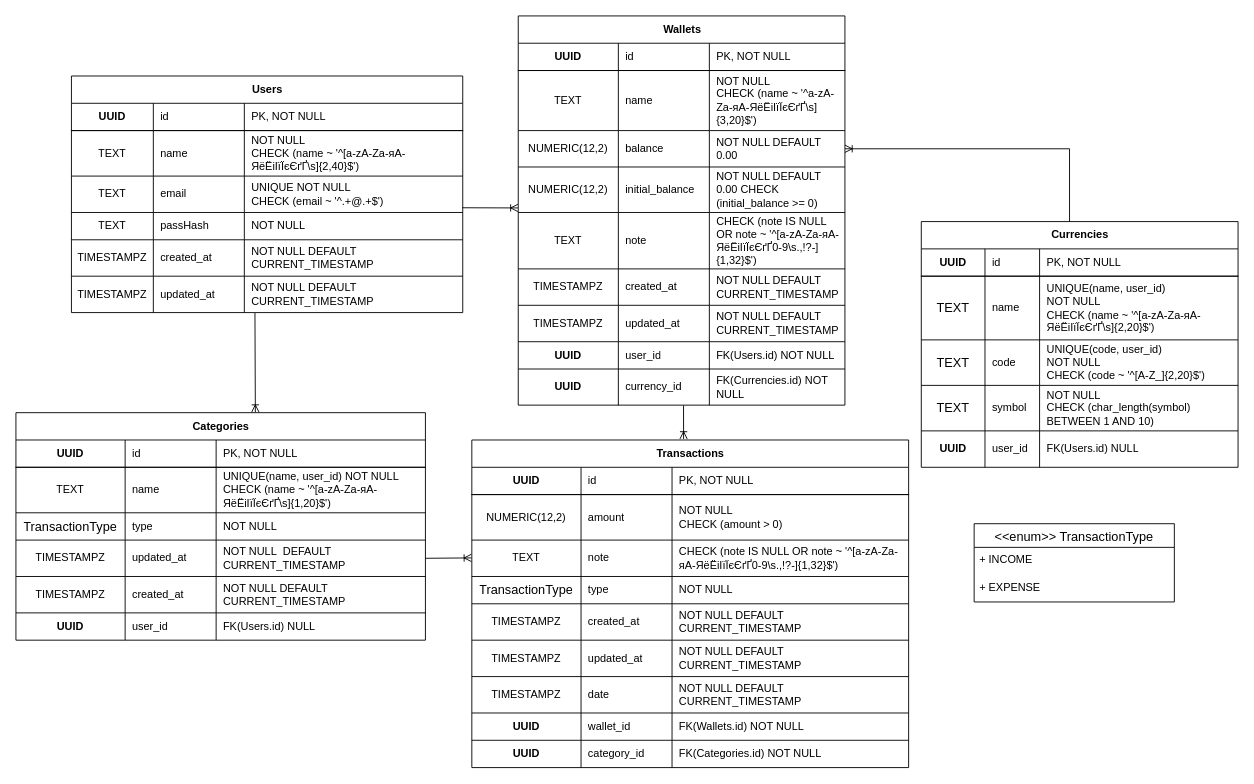
The draw.io diagram docs/ER diagram DB.drawio in sopkodioni/financecheck, before the edit. Source tidied: cells renumbered, new cells numbered last; positions are measured from the earlier drawing's top-left corner, leaving out a move shared by most shapes. Both pictures are drawn from the tidied source at 91%, with x=0, y=0 at pixel (15, 15).
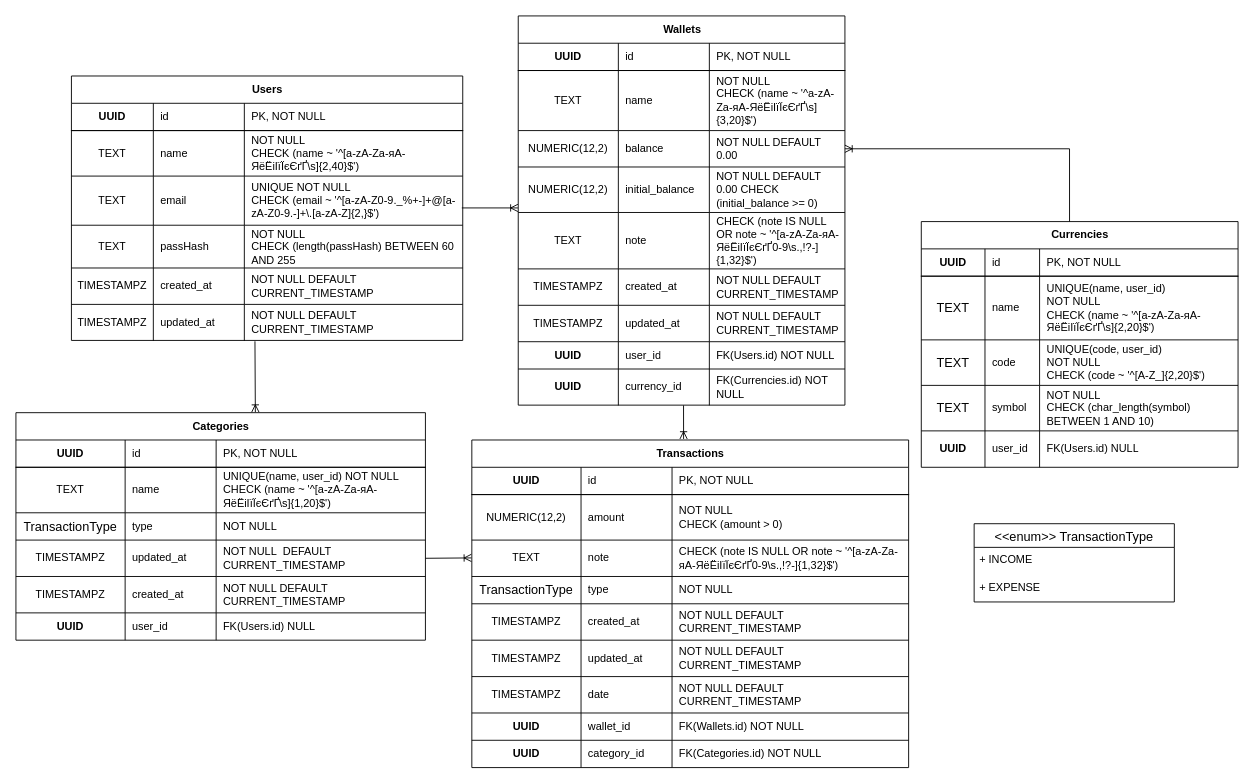
Above is the later version.

Commit message (it also covers changes not shown here):
refactor(db): add check constraints to passHash field

Unchanged cells that the change refers to:
```xml
<mxCell id="15" style="shape=tableRow;horizontal=0;startSize=0;swimlaneHead=0;swimlaneBody=0;fillColor=none;points=[[0,0.5],[1,0.5]];portConstraint=eastwest;top=0;left=0;right=0;bottom=0;" parent="2" vertex="1">
  <mxGeometry y="166" width="359" height="50" as="geometry" />
</mxCell>
```

Diff of the diagram source:
```diff
@@
     <mxCell id="39" value="Users" style="shape=table;startSize=30;childLayout=tableLayout;rowLines=1;fontStyle=1;align=center;html=1;" parent="1" vertex="1">
-      <mxGeometry x="61" y="66" width="430" height="260" as="geometry" />
+      <mxGeometry x="61" y="66" width="430" height="290.6" as="geometry" />
     </mxCell>
@@
     <mxCell id="48" style="shape=tableRow;horizontal=0;startSize=0;swimlaneHead=0;swimlaneBody=0;fillColor=none;points=[[0,0.5],[1,0.5]];portConstraint=eastwest;top=0;left=0;right=0;bottom=0;" parent="39" vertex="1">
-      <mxGeometry y="110" width="430" height="40" as="geometry" />
+      <mxGeometry y="110" width="430" height="54" as="geometry" />
     </mxCell>
     <mxCell id="49" value="TEXT" style="shape=partialRectangle;fillColor=none;top=0;left=0;bottom=0;right=0;overflow=hidden;whiteSpace=wrap;html=1;" parent="48" vertex="1">
-      <mxGeometry width="90" height="40" as="geometry" />
+      <mxGeometry width="90" height="54" as="geometry" />
     </mxCell>
     <mxCell id="50" value="email" style="shape=partialRectangle;fillColor=none;top=0;left=0;bottom=0;right=0;align=left;spacingLeft=6;overflow=hidden;whiteSpace=wrap;html=1;" parent="48" vertex="1">
-      <mxGeometry x="90" width="100" height="40" as="geometry" />
+      <mxGeometry x="90" width="100" height="54" as="geometry" />
     </mxCell>
-    <mxCell id="51" value="UNIQUE NOT NULL&lt;div&gt;CHECK (email ~&amp;nbsp;'^.+@.+$')&lt;/div&gt;" style="shape=partialRectangle;fillColor=none;top=0;left=0;bottom=0;right=0;align=left;spacingLeft=6;overflow=hidden;whiteSpace=wrap;html=1;" parent="48" vertex="1">
-      <mxGeometry x="190" width="240" height="40" as="geometry" />
+    <mxCell id="51" value="UNIQUE NOT NULL&lt;div&gt;CHECK (email ~&amp;nbsp;'^[a-zA-Z0-9._%+-]+@[a-zA-Z0-9.-]+\.[a-zA-Z]{2,}$')&lt;/div&gt;" style="shape=partialRectangle;fillColor=none;top=0;left=0;bottom=0;right=0;align=left;spacingLeft=6;overflow=hidden;whiteSpace=wrap;html=1;" parent="48" vertex="1">
+      <mxGeometry x="190" width="240" height="54" as="geometry" />
     </mxCell>
     <mxCell id="52" style="shape=tableRow;horizontal=0;startSize=0;swimlaneHead=0;swimlaneBody=0;fillColor=none;top=0;left=0;right=0;bottom=0;" parent="39" vertex="1">
-      <mxGeometry y="150" width="430" height="30" as="geometry" />
+      <mxGeometry y="164" width="430" height="47" as="geometry" />
     </mxCell>
     <mxCell id="53" value="TEXT" style="shape=partialRectangle;fillColor=none;top=0;left=0;bottom=0;right=0;overflow=hidden;whiteSpace=wrap;html=1;" parent="52" vertex="1">
-      <mxGeometry width="90" height="30" as="geometry" />
+      <mxGeometry width="90" height="47" as="geometry" />
     </mxCell>
     <mxCell id="54" value="passHash&amp;nbsp;" style="shape=partialRectangle;fillColor=none;top=0;left=0;bottom=0;right=0;align=left;spacingLeft=6;overflow=hidden;whiteSpace=wrap;html=1;" parent="52" vertex="1">
-      <mxGeometry x="90" width="100" height="30" as="geometry" />
+      <mxGeometry x="90" width="100" height="47" as="geometry" />
     </mxCell>
-    <mxCell id="55" value="NOT NULL&amp;nbsp;" style="shape=partialRectangle;fillColor=none;top=0;left=0;bottom=0;right=0;align=left;spacingLeft=6;overflow=hidden;whiteSpace=wrap;html=1;" parent="52" vertex="1">
-      <mxGeometry x="190" width="240" height="30" as="geometry" />
+    <mxCell id="55" value="NOT NULL&amp;nbsp;&lt;br&gt;CHECK (length(passHash) BETWEEN 60 AND 255" style="shape=partialRectangle;fillColor=none;top=0;left=0;bottom=0;right=0;align=left;spacingLeft=6;overflow=hidden;whiteSpace=wrap;html=1;" parent="52" vertex="1">
+      <mxGeometry x="190" width="240" height="47" as="geometry" />
     </mxCell>
     <mxCell id="56" style="shape=tableRow;horizontal=0;startSize=0;swimlaneHead=0;swimlaneBody=0;fillColor=none;top=0;left=0;right=0;bottom=0;" parent="39" vertex="1">
-      <mxGeometry y="180" width="430" height="40" as="geometry" />
+      <mxGeometry y="211" width="430" height="40" as="geometry" />
     </mxCell>
@@
     <mxCell id="60" style="shape=tableRow;horizontal=0;startSize=0;swimlaneHead=0;swimlaneBody=0;fillColor=none;points=[[0,0.5],[1,0.5]];portConstraint=eastwest;top=0;left=0;right=0;bottom=0;" parent="39" vertex="1">
-      <mxGeometry y="220" width="430" height="40" as="geometry" />
+      <mxGeometry y="251" width="430" height="40" as="geometry" />
     </mxCell>
@@
-    <mxCell id="150" style="fontSize=12;html=1;endArrow=ERoneToMany;rounded=0;exitX=0.999;exitY=0.87;exitDx=0;exitDy=0;entryX=-0.001;entryY=0.9;entryDx=0;entryDy=0;entryPerimeter=0;exitPerimeter=0;" parent="1" edge="1" source="48" target="15">
-      <mxGeometry relative="1" as="geometry" />
+    <mxCell id="150" style="fontSize=12;html=1;endArrow=ERoneToMany;rounded=0;entryX=-0.001;entryY=0.9;entryDx=0;entryDy=0;entryPerimeter=0;" parent="1" edge="1" target="15">
+      <mxGeometry relative="1" as="geometry">
+        <mxPoint x="490" y="211" as="sourcePoint" />
+      </mxGeometry>
     </mxCell>
```
